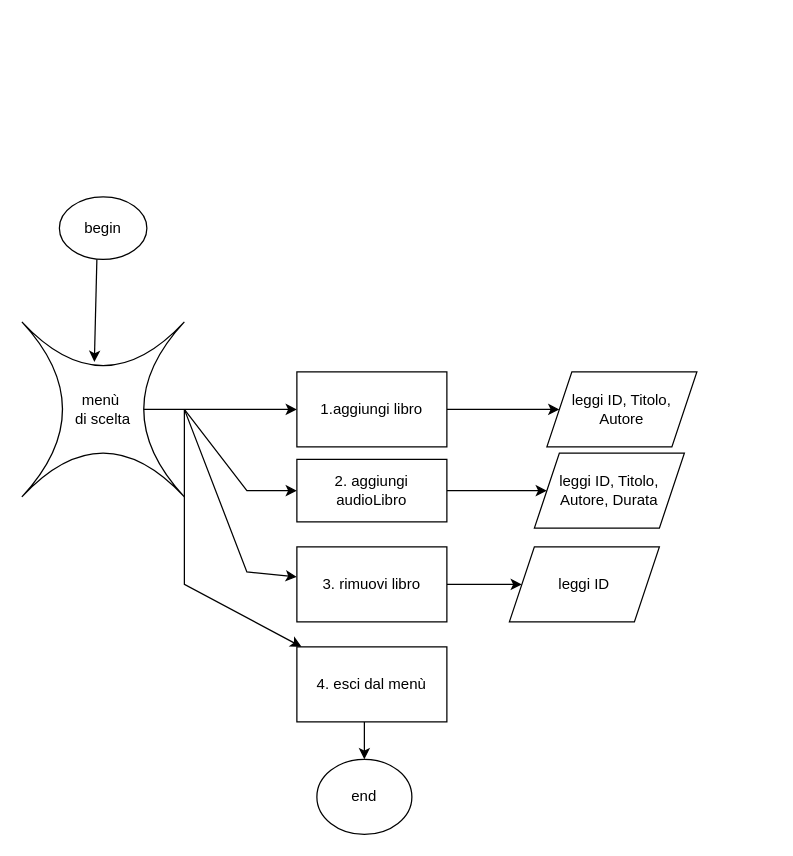
Above: flowchartBiblio.drawio in antoniogadaleta/biblioteca (draw.io), before the change. Source tidied: cells renumbered, new cells numbered last; positions are measured from the earlier drawing's top-left corner, leaving out a move shared by most shapes. Both pictures are drawn from the tidied source at 125%, with x=0, y=0 at pixel (21, 196).
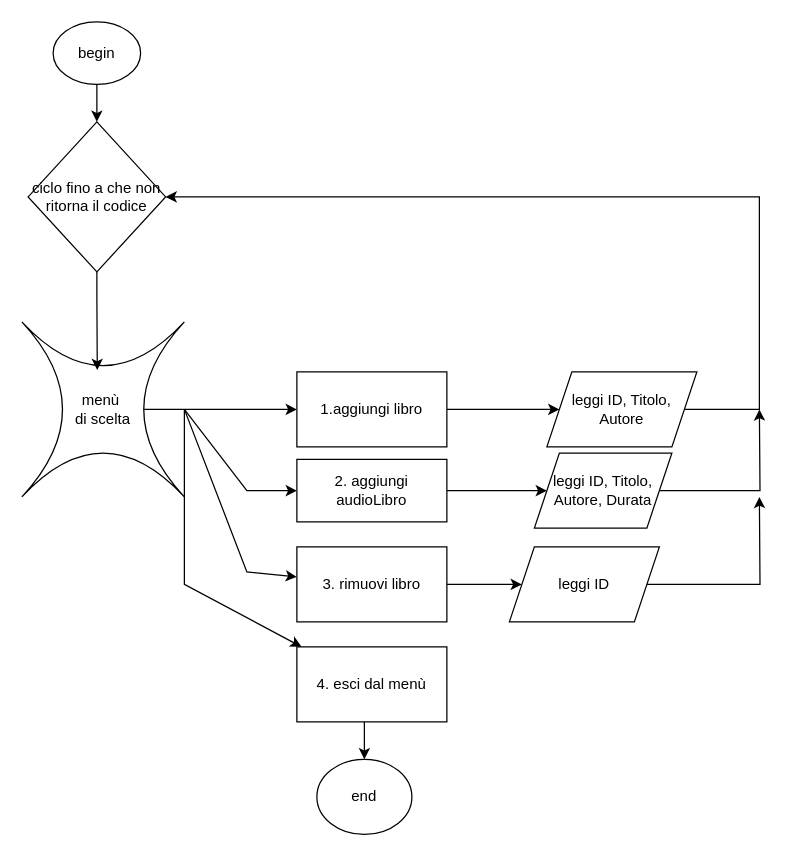
Above is the later version.

The change refers to these unchanged cells:
```xml
<mxCell id="3" value="menù&amp;nbsp;&lt;div&gt;di scelta&lt;/div&gt;" style="shape=switch;whiteSpace=wrap;html=1;" parent="1" vertex="1">
  <mxGeometry y="100" width="130" height="140" as="geometry" />
</mxCell>
<mxCell id="18" value="leggi ID, Titolo,&lt;div&gt;Autore&lt;/div&gt;" style="shape=parallelogram;perimeter=parallelogramPerimeter;whiteSpace=wrap;html=1;fixedSize=1;rounded=0;" parent="1" vertex="1">
  <mxGeometry x="420" y="140" width="120" height="60" as="geometry" />
</mxCell>
<mxCell id="20" value="leggi ID" style="shape=parallelogram;perimeter=parallelogramPerimeter;whiteSpace=wrap;html=1;fixedSize=1;" parent="1" vertex="1">
  <mxGeometry x="390" y="280" width="120" height="60" as="geometry" />
</mxCell>
```

The edit, as a diff of the source:
```diff
@@
+    <mxCell id="21" style="edgeStyle=orthogonalEdgeStyle;rounded=0;jettySize=auto;html=1;entryX=0.5;entryY=0;entryDx=0;entryDy=0;" parent="1" edge="1" source="2" target="25">
+      <mxGeometry relative="1" as="geometry" />
+    </mxCell>
     <mxCell id="2" value="begin" style="ellipse;whiteSpace=wrap;html=1;" parent="1" vertex="1">
-      <mxGeometry x="30" width="70" height="50" as="geometry" />
+      <mxGeometry x="25" y="-140" width="70" height="50" as="geometry" />
     </mxCell>
@@
-    <mxCell id="17" style="endArrow=classic;html=1;rounded=0;entryX=0.446;entryY=0.229;entryDx=0;entryDy=0;entryPerimeter=0;" parent="1" edge="1" target="3">
-      <mxGeometry relative="1" as="geometry">
-        <mxPoint x="60" y="50" as="sourcePoint" />
-      </mxGeometry>
-    </mxCell>
+    <mxCell id="22" style="edgeStyle=orthogonalEdgeStyle;rounded=0;jettySize=auto;html=1;entryX=1;entryY=0.5;entryDx=0;entryDy=0;" parent="1" edge="1" source="18" target="25">
+      <mxGeometry relative="1" as="geometry">
+        <Array as="points">
+          <mxPoint x="590" y="170" />
+          <mxPoint x="590" />
+        </Array>
+      </mxGeometry>
+    </mxCell>
@@
+    <mxCell id="23" style="edgeStyle=orthogonalEdgeStyle;rounded=0;jettySize=auto;html=1;" parent="1" edge="1" source="19">
+      <mxGeometry relative="1" as="geometry">
+        <mxPoint x="590" y="170" as="targetPoint" />
+      </mxGeometry>
+    </mxCell>
     <mxCell id="19" value="leggi ID, Titolo,&lt;div&gt;Autore, Durata&lt;/div&gt;" style="shape=parallelogram;perimeter=parallelogramPerimeter;whiteSpace=wrap;html=1;fixedSize=1;" parent="1" vertex="1">
-      <mxGeometry x="410" y="205" width="120" height="60" as="geometry" />
+      <mxGeometry x="410" y="205" width="110" height="60" as="geometry" />
     </mxCell>
+    <mxCell id="24" style="edgeStyle=orthogonalEdgeStyle;rounded=0;jettySize=auto;html=1;exitX=1;exitY=0.5;exitDx=0;exitDy=0;" parent="1" edge="1" source="20">
+      <mxGeometry relative="1" as="geometry">
+        <mxPoint x="590" y="240" as="targetPoint" />
+      </mxGeometry>
+    </mxCell>
@@
+    <mxCell id="25" value="ciclo fino a che non ritorna il codice" style="rhombus;whiteSpace=wrap;html=1;" parent="1" vertex="1">
+      <mxGeometry x="5" y="-60" width="110" height="120" as="geometry" />
+    </mxCell>
+    <mxCell id="26" style="edgeStyle=orthogonalEdgeStyle;rounded=0;jettySize=auto;html=1;entryX=0.464;entryY=0.275;entryDx=0;entryDy=0;entryPerimeter=0;" parent="1" edge="1" source="25" target="3">
+      <mxGeometry relative="1" as="geometry" />
+    </mxCell>
```
